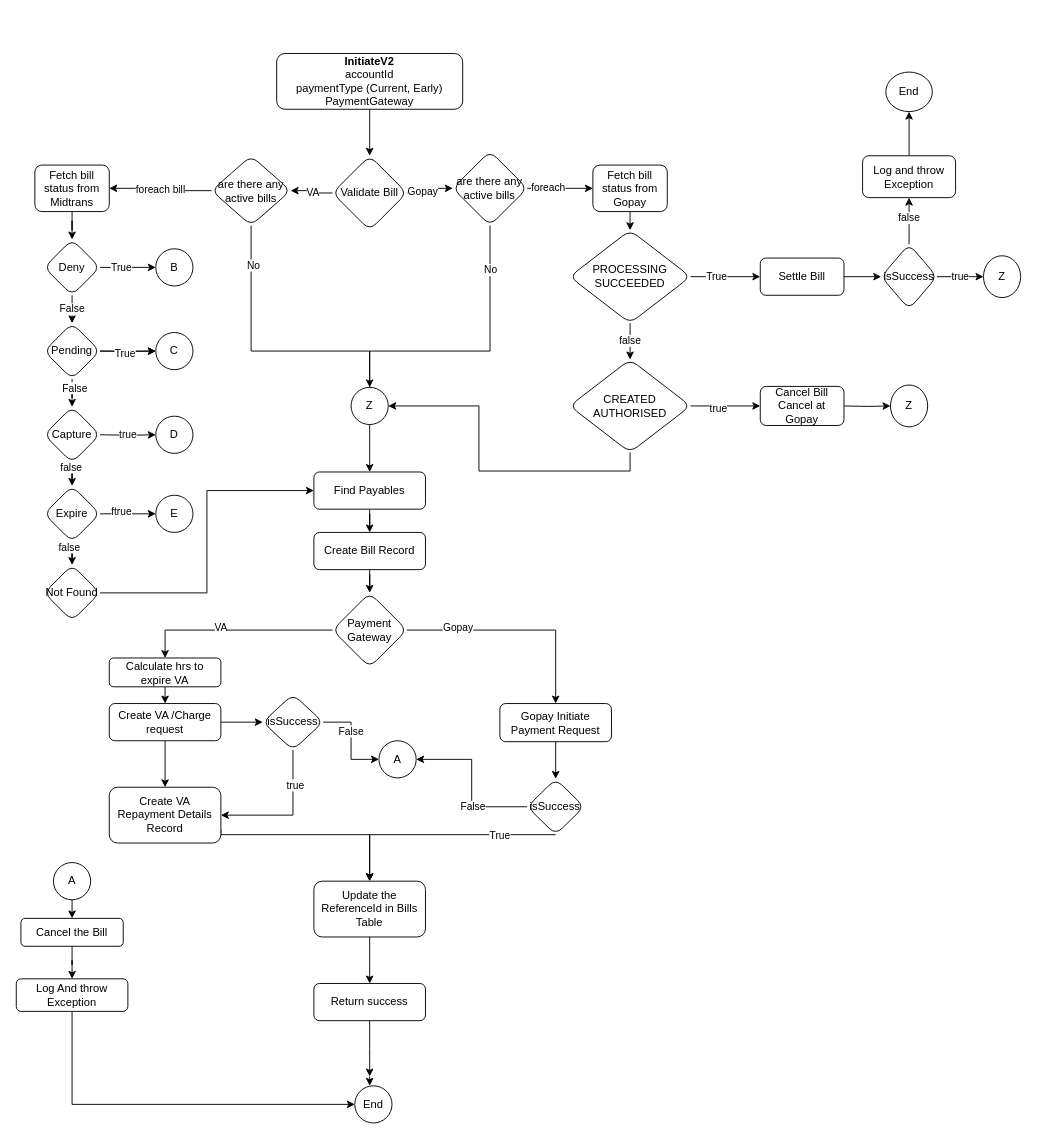
mmritesh/demo keeps this draw.io diagram as Untitled Diagram.drawio. Above is the earlier version. Source tidied: cells renumbered, new cells numbered last; positions are measured from the earlier drawing's top-left corner, leaving out a move shared by most shapes. Both pictures are drawn from the tidied source at 93%, with x=0, y=0 at pixel (16, 53).
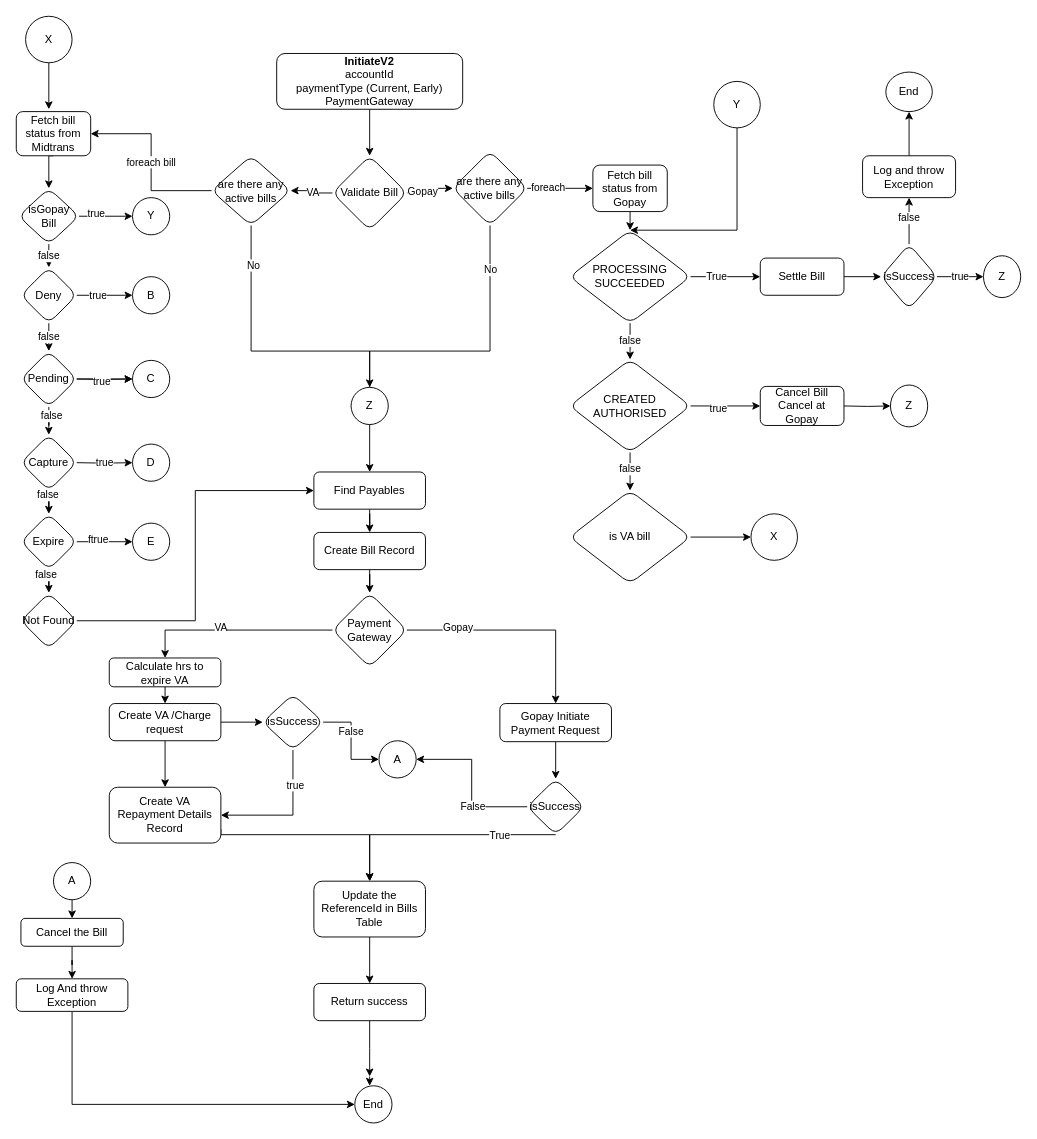
Above is the later version.

Unchanged cells that the change refers to:
```xml
<mxCell id="58" style="edgeStyle=orthogonalEdgeStyle;rounded=0;jettySize=auto;html=1;" parent="1" edge="1" source="60" target="68">
  <mxGeometry relative="1" as="geometry" />
</mxCell>
<mxCell id="61" style="edgeStyle=orthogonalEdgeStyle;rounded=0;jettySize=auto;html=1;" parent="1" edge="1" source="64" target="67">
  <mxGeometry relative="1" as="geometry" />
</mxCell>
<mxCell id="87" value="PROCESSING&lt;br&gt;SUCCEEDED" style="rhombus;whiteSpace=wrap;html=1;rounded=1;shadow=0;strokeWidth=1;glass=0;" parent="1" vertex="1">
  <mxGeometry x="595" y="190" width="130" height="100" as="geometry" />
</mxCell>
<mxCell id="90" value="Z" style="ellipse;whiteSpace=wrap;html=1;" parent="1" vertex="1">
  <mxGeometry x="360" y="359" width="40" height="40" as="geometry" />
</mxCell>
<mxCell id="104" value="CREATED&lt;br&gt;AUTHORISED" style="rhombus;whiteSpace=wrap;html=1;rounded=1;shadow=0;strokeWidth=1;glass=0;" parent="1" vertex="1">
  <mxGeometry x="595" y="329" width="130" height="100" as="geometry" />
</mxCell>
```

What changed in the source:
```diff
@@
-    <mxCell id="55" style="edgeStyle=orthogonalEdgeStyle;rounded=0;jettySize=auto;html=1;" parent="1" edge="1" source="56" target="60">
-      <mxGeometry relative="1" as="geometry" />
-    </mxCell>
+    <mxCell id="110" style="edgeStyle=orthogonalEdgeStyle;rounded=0;jettySize=auto;html=1;exitX=0.5;exitY=1;exitDx=0;exitDy=0;entryX=0.5;entryY=0;entryDx=0;entryDy=0;" parent="1" edge="1" source="56" target="116">
+      <mxGeometry relative="1" as="geometry" />
+    </mxCell>
     <mxCell id="56" value="Fetch bill status from Midtrans" style="whiteSpace=wrap;html=1;rounded=1;shadow=0;strokeWidth=1;glass=0;" parent="1" vertex="1">
-      <mxGeometry x="20" y="120" width="80" height="50" as="geometry" />
+      <mxGeometry y="62.5" width="80" height="47.5" as="geometry" />
     </mxCell>
-    <mxCell id="57" value="False" style="edgeStyle=orthogonalEdgeStyle;rounded=0;jettySize=auto;html=1;" parent="1" edge="1" source="60" target="64">
+    <mxCell id="57" value="false" style="edgeStyle=orthogonalEdgeStyle;rounded=0;jettySize=auto;html=1;" parent="1" edge="1" source="60" target="64">
       <mxGeometry relative="1" as="geometry" />
     </mxCell>
@@
-    <mxCell id="59" value="True" style="edgeLabel;html=1;align=center;verticalAlign=middle;" parent="58" vertex="1">
+    <mxCell id="59" value="true" style="edgeLabel;html=1;align=center;verticalAlign=middle;" parent="58" vertex="1">
       <mxGeometry x="-0.27" y="1" relative="1" as="geometry" />
     </mxCell>
     <mxCell id="60" value="Deny" style="rhombus;whiteSpace=wrap;html=1;rounded=1;shadow=0;strokeWidth=1;glass=0;" parent="1" vertex="1">
-      <mxGeometry x="30" y="200" width="60" height="60" as="geometry" />
+      <mxGeometry x="5" y="230" width="60" height="60" as="geometry" />
     </mxCell>
@@
-    <mxCell id="62" value="False" style="edgeLabel;html=1;align=center;verticalAlign=middle;" parent="61" vertex="1">
+    <mxCell id="62" value="false" style="edgeLabel;html=1;align=center;verticalAlign=middle;" parent="61" vertex="1">
       <mxGeometry x="0.2" y="-2" relative="1" as="geometry">
         <mxPoint x="4" y="-1" as="offset" />
       </mxGeometry>
     </mxCell>
@@
     <mxCell id="64" value="Pending" style="rhombus;whiteSpace=wrap;html=1;rounded=1;shadow=0;strokeWidth=1;glass=0;" parent="1" vertex="1">
-      <mxGeometry x="30" y="290" width="60" height="60" as="geometry" />
+      <mxGeometry x="5" y="320" width="60" height="60" as="geometry" />
     </mxCell>
@@
     <mxCell id="67" value="Capture" style="rhombus;whiteSpace=wrap;html=1;rounded=1;shadow=0;strokeWidth=1;glass=0;" parent="1" vertex="1">
-      <mxGeometry x="30" y="380" width="60" height="60" as="geometry" />
+      <mxGeometry x="5" y="410" width="60" height="60" as="geometry" />
     </mxCell>
     <mxCell id="68" value="B" style="ellipse;whiteSpace=wrap;html=1;rounded=1;shadow=0;strokeWidth=1;glass=0;" parent="1" vertex="1">
-      <mxGeometry x="150" y="210" width="40" height="40" as="geometry" />
+      <mxGeometry x="125" y="240" width="40" height="40" as="geometry" />
     </mxCell>
     <mxCell id="69" style="edgeStyle=orthogonalEdgeStyle;rounded=0;jettySize=auto;html=1;" parent="1" edge="1" target="71">
       <mxGeometry relative="1" as="geometry">
-        <mxPoint x="90" y="320" as="sourcePoint" />
+        <mxPoint x="65" y="350" as="sourcePoint" />
       </mxGeometry>
     </mxCell>
-    <mxCell id="70" value="True" style="edgeLabel;html=1;align=center;verticalAlign=middle;" parent="69" vertex="1">
+    <mxCell id="70" value="true" style="edgeLabel;html=1;align=center;verticalAlign=middle;" parent="69" vertex="1">
       <mxGeometry x="-0.1" y="-2" relative="1" as="geometry" />
     </mxCell>
     <mxCell id="71" value="C" style="ellipse;whiteSpace=wrap;html=1;rounded=1;shadow=0;strokeWidth=1;glass=0;" parent="1" vertex="1">
-      <mxGeometry x="150" y="300" width="40" height="40" as="geometry" />
+      <mxGeometry x="125" y="330" width="40" height="40" as="geometry" />
     </mxCell>
@@
     <mxCell id="76" value="Expire" style="rhombus;whiteSpace=wrap;html=1;rounded=1;shadow=0;strokeWidth=1;glass=0;" parent="1" vertex="1">
-      <mxGeometry x="30" y="465" width="60" height="60" as="geometry" />
+      <mxGeometry x="5" y="495" width="60" height="60" as="geometry" />
     </mxCell>
     <mxCell id="77" value="E" style="ellipse;whiteSpace=wrap;html=1;rounded=1;shadow=0;strokeWidth=1;glass=0;" parent="1" vertex="1">
-      <mxGeometry x="150" y="475" width="40" height="40" as="geometry" />
+      <mxGeometry x="125" y="505" width="40" height="40" as="geometry" />
     </mxCell>
     <mxCell id="78" value="true" style="edgeStyle=orthogonalEdgeStyle;rounded=0;jettySize=auto;html=1;" parent="1" edge="1" target="79">
       <mxGeometry relative="1" as="geometry">
-        <mxPoint x="90" y="410" as="sourcePoint" />
+        <mxPoint x="65" y="440" as="sourcePoint" />
       </mxGeometry>
     </mxCell>
     <mxCell id="79" value="D" style="ellipse;whiteSpace=wrap;html=1;rounded=1;shadow=0;strokeWidth=1;glass=0;" parent="1" vertex="1">
-      <mxGeometry x="150" y="390" width="40" height="40" as="geometry" />
+      <mxGeometry x="125" y="420" width="40" height="40" as="geometry" />
     </mxCell>
@@
     <mxCell id="81" value="Not Found" style="rhombus;whiteSpace=wrap;html=1;rounded=1;shadow=0;strokeWidth=1;glass=0;" parent="1" vertex="1">
-      <mxGeometry x="30" y="550" width="60" height="60" as="geometry" />
+      <mxGeometry x="5" y="580" width="60" height="60" as="geometry" />
     </mxCell>
@@
-    <mxCell id="103" style="edgeStyle=orthogonalEdgeStyle;rounded=0;jettySize=auto;html=1;exitX=0.5;exitY=1;exitDx=0;exitDy=0;entryX=1;entryY=0.5;entryDx=0;entryDy=0;" parent="1" edge="1" source="104" target="90">
-      <mxGeometry relative="1" as="geometry" />
-    </mxCell>
+    <mxCell id="111" style="edgeStyle=orthogonalEdgeStyle;rounded=0;jettySize=auto;html=1;" parent="1" edge="1" source="104" target="123">
+      <mxGeometry relative="1" as="geometry" />
+    </mxCell>
+    <mxCell id="112" value="false" style="edgeLabel;html=1;align=center;verticalAlign=middle;" parent="111" vertex="1">
+      <mxGeometry x="-0.17" y="-1" relative="1" as="geometry" />
+    </mxCell>
@@
+    <mxCell id="113" value="false" style="edgeStyle=orthogonalEdgeStyle;rounded=0;jettySize=auto;html=1;exitX=0.5;exitY=1;exitDx=0;exitDy=0;entryX=0.5;entryY=0;entryDx=0;entryDy=0;" parent="1" edge="1" source="116" target="60">
+      <mxGeometry relative="1" as="geometry" />
+    </mxCell>
+    <mxCell id="114" style="edgeStyle=orthogonalEdgeStyle;rounded=0;jettySize=auto;html=1;exitX=1;exitY=0.5;exitDx=0;exitDy=0;entryX=0;entryY=0.5;entryDx=0;entryDy=0;" parent="1" edge="1" source="116" target="119">
+      <mxGeometry relative="1" as="geometry" />
+    </mxCell>
+    <mxCell id="115" value="true" style="edgeLabel;html=1;align=center;verticalAlign=middle;" parent="114" vertex="1">
+      <mxGeometry x="-0.39" y="4" relative="1" as="geometry" />
+    </mxCell>
+    <mxCell id="116" value="isGopay&lt;br&gt;Bill" style="rhombus;whiteSpace=wrap;html=1;rounded=1;shadow=0;strokeWidth=1;glass=0;" parent="1" vertex="1">
+      <mxGeometry x="2.5" y="145" width="65" height="60" as="geometry" />
+    </mxCell>
+    <mxCell id="117" style="edgeStyle=orthogonalEdgeStyle;rounded=0;jettySize=auto;html=1;exitX=0.5;exitY=1;exitDx=0;exitDy=0;entryX=0.5;entryY=0;entryDx=0;entryDy=0;" parent="1" edge="1" source="118" target="87">
+      <mxGeometry relative="1" as="geometry">
+        <Array as="points">
+          <mxPoint x="775" y="190" />
+        </Array>
+      </mxGeometry>
+    </mxCell>
+    <mxCell id="118" value="Y" style="ellipse;whiteSpace=wrap;html=1;" parent="1" vertex="1">
+      <mxGeometry x="750" y="30" width="50" height="50" as="geometry" />
+    </mxCell>
+    <mxCell id="119" value="Y" style="ellipse;whiteSpace=wrap;html=1;rounded=1;shadow=0;strokeWidth=1;glass=0;" parent="1" vertex="1">
+      <mxGeometry x="125" y="155" width="40" height="40" as="geometry" />
+    </mxCell>
+    <mxCell id="120" style="edgeStyle=orthogonalEdgeStyle;rounded=0;jettySize=auto;html=1;exitX=0.5;exitY=1;exitDx=0;exitDy=0;" parent="1" edge="1" source="121">
+      <mxGeometry relative="1" as="geometry">
+        <mxPoint x="35" y="60" as="targetPoint" />
+      </mxGeometry>
+    </mxCell>
+    <mxCell id="121" value="X" style="ellipse;whiteSpace=wrap;html=1;" parent="1" vertex="1">
+      <mxGeometry x="10" y="-40" width="50" height="50" as="geometry" />
+    </mxCell>
+    <mxCell id="122" style="edgeStyle=orthogonalEdgeStyle;rounded=0;jettySize=auto;html=1;exitX=1;exitY=0.5;exitDx=0;exitDy=0;" parent="1" edge="1" source="123" target="124">
+      <mxGeometry relative="1" as="geometry" />
+    </mxCell>
+    <mxCell id="123" value="is VA bill" style="rhombus;whiteSpace=wrap;html=1;rounded=1;shadow=0;strokeWidth=1;glass=0;" parent="1" vertex="1">
+      <mxGeometry x="595" y="470" width="130" height="100" as="geometry" />
+    </mxCell>
+    <mxCell id="124" value="X" style="ellipse;whiteSpace=wrap;html=1;" parent="1" vertex="1">
+      <mxGeometry x="790" y="495" width="50" height="50" as="geometry" />
+    </mxCell>
```
